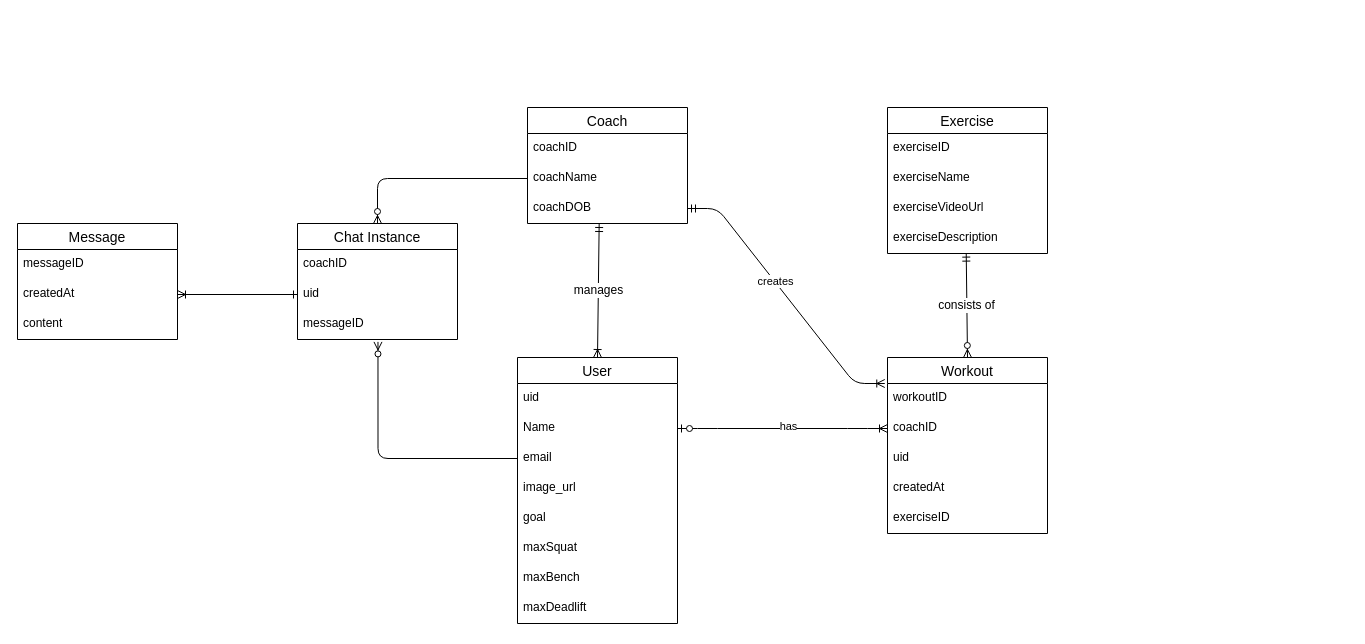
This is riverpog_gym_app_ER.drawio from JohnnyNguyen01/riverpod-gym-app, a draw.io file, before an edit. Source tidied: cells renumbered, new cells numbered last; positions are measured from the earlier drawing's top-left corner, leaving out a move shared by most shapes. Both pictures are drawn from the tidied source at 100%, with x=0, y=0 at pixel (17, 107).
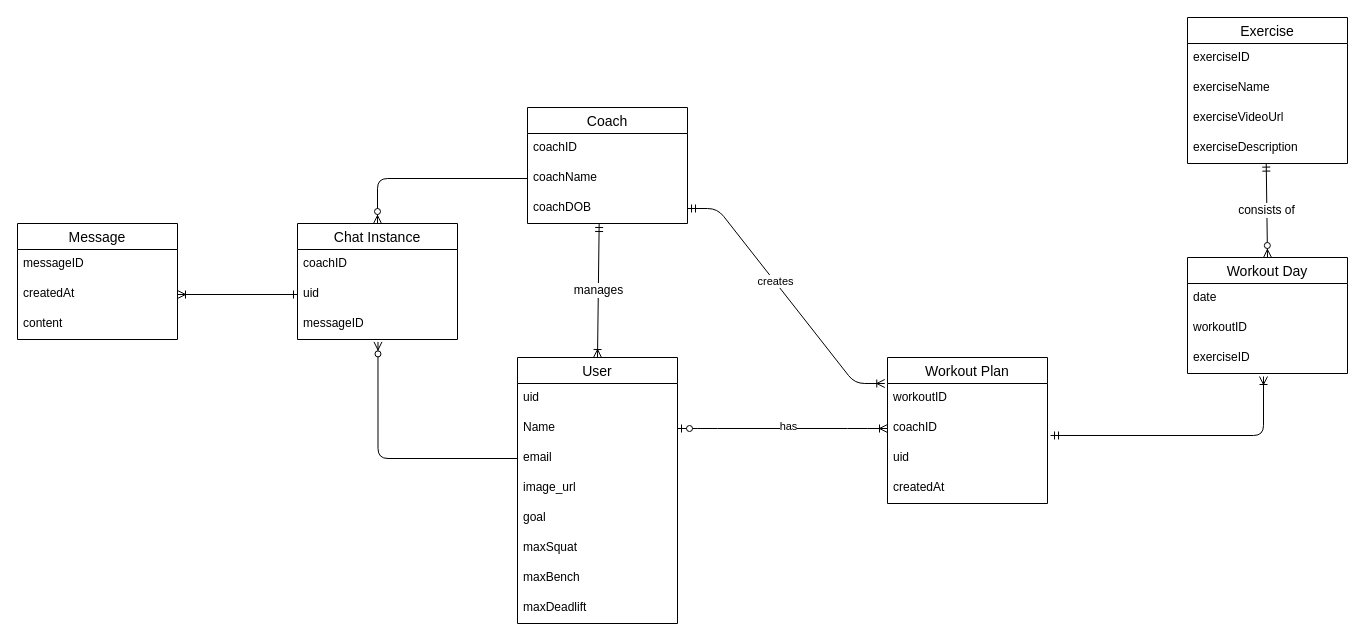
The same page after the edit.

Unchanged cells that the change refers to:
```xml
<mxCell id="13" value="coachID" style="text;strokeColor=none;fillColor=none;spacingLeft=4;spacingRight=4;overflow=hidden;points=[[0,0.5],[1,0.5]];portConstraint=eastwest;fontSize=12;" parent="11" vertex="1">
  <mxGeometry y="56" width="160" height="30" as="geometry" />
</mxCell>
<mxCell id="21" value="exerciseDescription" style="text;strokeColor=none;fillColor=none;spacingLeft=4;spacingRight=4;overflow=hidden;points=[[0,0.5],[1,0.5]];portConstraint=eastwest;fontSize=12;" parent="17" vertex="1">
  <mxGeometry y="116" width="160" height="30" as="geometry" />
</mxCell>
```

What changed in the source:
```diff
@@
-    <mxCell id="11" value="Workout" style="swimlane;fontStyle=0;horizontal=1;startSize=26;align=center;fontSize=14;" parent="1" vertex="1">
-      <mxGeometry x="870" y="250" width="160" height="176" as="geometry" />
+    <mxCell id="11" value="Workout Plan" style="swimlane;fontStyle=0;horizontal=1;startSize=26;align=center;fontSize=14;" parent="1" vertex="1">
+      <mxGeometry x="870" y="250" width="160" height="146" as="geometry" />
     </mxCell>
@@
-    <mxCell id="16" value="exerciseID" style="text;strokeColor=none;fillColor=none;spacingLeft=4;spacingRight=4;overflow=hidden;points=[[0,0.5],[1,0.5]];portConstraint=eastwest;fontSize=12;" parent="11" vertex="1">
-      <mxGeometry y="146" width="160" height="30" as="geometry" />
-    </mxCell>
     <mxCell id="17" value="Exercise" style="swimlane;fontStyle=0;horizontal=1;startSize=26;align=center;fontSize=14;" parent="1" vertex="1">
-      <mxGeometry x="870" width="160" height="146" as="geometry" />
+      <mxGeometry x="1170" y="-90" width="160" height="146" as="geometry" />
     </mxCell>
@@
-    <mxCell id="31" value="consists of" style="fontSize=12;html=1;endArrow=ERzeroToMany;startArrow=ERmandOne;exitX=0.492;exitY=0.987;exitDx=0;exitDy=0;exitPerimeter=0;entryX=0.5;entryY=0;entryDx=0;entryDy=0;" parent="1" edge="1" source="21" target="11">
+    <mxCell id="31" value="consists of" style="fontSize=12;html=1;endArrow=ERzeroToMany;startArrow=ERmandOne;exitX=0.492;exitY=0.987;exitDx=0;exitDy=0;exitPerimeter=0;entryX=0.5;entryY=0;entryDx=0;entryDy=0;" parent="1" edge="1" source="21" target="43">
       <mxGeometry relative="1" as="geometry" />
     </mxCell>
@@
+    <mxCell id="43" value="Workout Day" style="swimlane;fontStyle=0;horizontal=1;startSize=26;align=center;fontSize=14;" parent="1" vertex="1">
+      <mxGeometry x="1170" y="150" width="160" height="116" as="geometry" />
+    </mxCell>
+    <mxCell id="44" value="date" style="text;strokeColor=none;fillColor=none;spacingLeft=4;spacingRight=4;overflow=hidden;fontSize=12;" parent="43" vertex="1">
+      <mxGeometry y="26" width="160" height="30" as="geometry" />
+    </mxCell>
+    <mxCell id="45" value="workoutID" style="text;strokeColor=none;fillColor=none;spacingLeft=4;spacingRight=4;overflow=hidden;fontSize=12;" parent="43" vertex="1">
+      <mxGeometry y="56" width="160" height="30" as="geometry" />
+    </mxCell>
+    <mxCell id="16" value="exerciseID" style="text;strokeColor=none;fillColor=none;spacingLeft=4;spacingRight=4;overflow=hidden;points=[[0,0.5],[1,0.5]];portConstraint=eastwest;fontSize=12;" parent="43" vertex="1">
+      <mxGeometry y="86" width="160" height="30" as="geometry" />
+    </mxCell>
+    <mxCell id="46" style="edgeStyle=orthogonalEdgeStyle;fontSize=12;html=1;endArrow=ERoneToMany;startArrow=ERmandOne;exitX=1.019;exitY=0.733;exitDx=0;exitDy=0;exitPerimeter=0;entryX=0.475;entryY=1.1;entryDx=0;entryDy=0;entryPerimeter=0;" parent="1" edge="1" source="13" target="16">
+      <mxGeometry relative="1" as="geometry">
+        <Array as="points">
+          <mxPoint x="1246" y="328" />
+        </Array>
+      </mxGeometry>
+    </mxCell>
```
